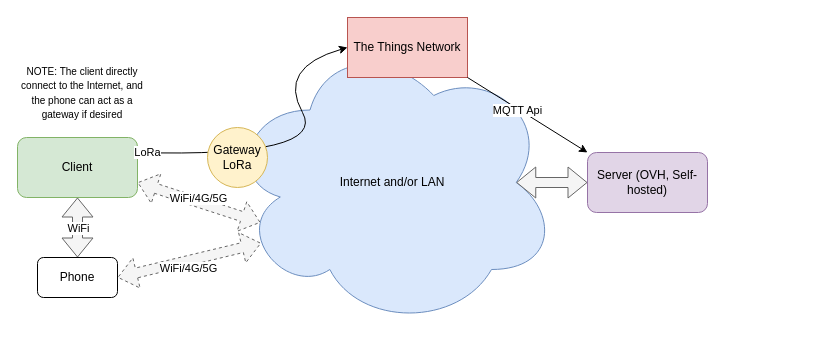
This is doc/src/diag.drawio from Theucalyptus/StageIoT, a draw.io file, before an edit. Source tidied: cells renumbered, new cells numbered last; positions are measured from the earlier drawing's top-left corner, leaving out a move shared by most shapes. Both pictures are drawn from the tidied source at 100%, with x=0, y=0 at pixel (17, 17).
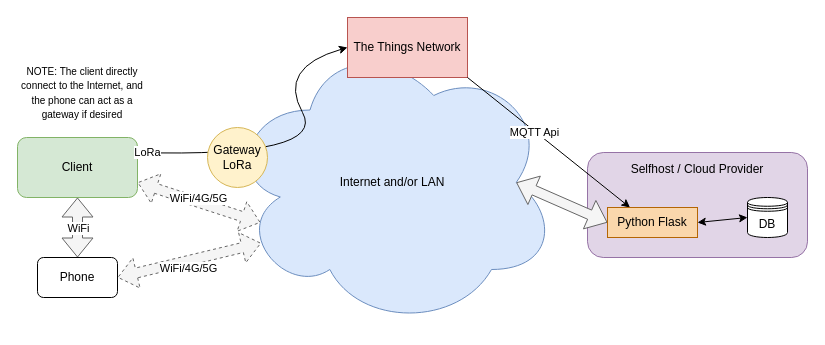
After the change.

Commit message (it also covers changes not shown here):
fix(server): get_data missing fields (+small doc changes)

Unchanged cells that the change refers to:
```xml
<mxCell id="3" value="Internet and/or LAN" style="ellipse;shape=cloud;whiteSpace=wrap;html=1;fillColor=#dae8fc;strokeColor=#6c8ebf;" parent="1" vertex="1">
  <mxGeometry x="210" y="20" width="330" height="290" as="geometry" />
</mxCell>
<mxCell id="7" value="&lt;div&gt;The Things Network&lt;/div&gt;" style="rounded=0;whiteSpace=wrap;html=1;fillColor=#f8cecc;strokeColor=#b85450;" parent="1" vertex="1">
  <mxGeometry x="330" width="120" height="60" as="geometry" />
</mxCell>
```

Diff of the diagram source:
```diff
@@
-    <mxCell id="4" value="Server (OVH, Self-hosted)" style="rounded=1;whiteSpace=wrap;html=1;fillColor=#e1d5e7;strokeColor=#9673a6;" parent="1" vertex="1">
-      <mxGeometry x="570" y="135" width="120" height="60" as="geometry" />
+    <mxCell id="4" value="&lt;div&gt;Selfhost / Cloud Provider&lt;/div&gt;&lt;div&gt;&lt;br&gt;&lt;/div&gt;&lt;div&gt;&lt;br&gt;&lt;/div&gt;&lt;div&gt;&lt;br&gt;&lt;/div&gt;&lt;div&gt;&lt;br&gt;&lt;/div&gt;&lt;div&gt;&lt;br&gt;&lt;/div&gt;" style="rounded=1;whiteSpace=wrap;html=1;fillColor=#e1d5e7;strokeColor=#9673a6;" parent="1" vertex="1">
+      <mxGeometry x="570" y="135" width="220" height="105" as="geometry" />
     </mxCell>
@@
-    <mxCell id="8" style="shape=flexArrow;endArrow=classic;html=1;rounded=0;exitX=0.875;exitY=0.5;exitDx=0;exitDy=0;exitPerimeter=0;entryX=0;entryY=0.5;entryDx=0;entryDy=0;fillColor=#f5f5f5;strokeColor=#666666;startArrow=block;" parent="1" edge="1" source="3" target="4">
+    <mxCell id="8" style="shape=flexArrow;endArrow=classic;html=1;rounded=0;exitX=0.875;exitY=0.5;exitDx=0;exitDy=0;exitPerimeter=0;entryX=0;entryY=0.5;entryDx=0;entryDy=0;fillColor=#f5f5f5;strokeColor=#666666;startArrow=block;" parent="1" edge="1" source="3" target="20">
       <mxGeometry relative="1" as="geometry" />
     </mxCell>
-    <mxCell id="9" style="shape=filledEdge;endArrow=classic;html=1;rounded=0;entryX=0;entryY=0;entryDx=0;entryDy=0;exitX=1;exitY=1;exitDx=0;exitDy=0;fillColor=#f5f5f5;strokeColor=#000000;" parent="1" edge="1" source="7" target="4">
+    <mxCell id="9" style="shape=filledEdge;endArrow=classic;html=1;rounded=0;entryX=0.25;entryY=0;entryDx=0;entryDy=0;exitX=1;exitY=1;exitDx=0;exitDy=0;fillColor=#f5f5f5;strokeColor=#000000;" parent="1" edge="1" source="7" target="20">
       <mxGeometry relative="1" as="geometry" />
     </mxCell>
@@
+    <mxCell id="20" value="Python Flask" style="rounded=0;whiteSpace=wrap;html=1;fillColor=#fad7ac;strokeColor=#b46504;" parent="1" vertex="1">
+      <mxGeometry x="590" y="190" width="90" height="30" as="geometry" />
+    </mxCell>
+    <mxCell id="21" value="DB" style="shape=datastore;whiteSpace=wrap;html=1;" parent="1" vertex="1">
+      <mxGeometry x="730" y="180" width="40" height="40" as="geometry" />
+    </mxCell>
+    <mxCell id="22" style="endArrow=classic;startArrow=classic;html=1;rounded=0;entryX=0;entryY=0.5;entryDx=0;entryDy=0;exitX=1;exitY=0.5;exitDx=0;exitDy=0;" parent="1" edge="1" source="20" target="21">
+      <mxGeometry relative="1" as="geometry" />
+    </mxCell>
```
